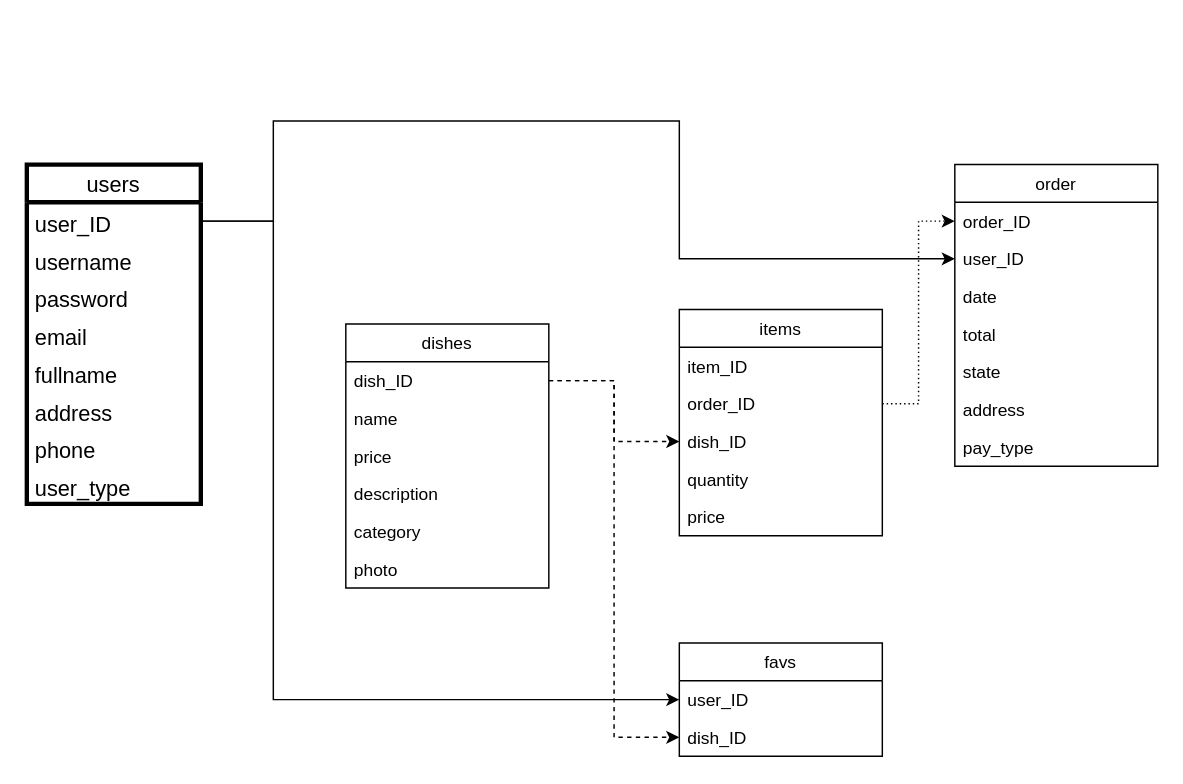
Earlier version of the draw.io diagram docs/database.drawio (nicolaszuleta95/Proyecto3Delilah). Source tidied: cells renumbered, new cells numbered last; positions are measured from the earlier drawing's top-left corner, leaving out a move shared by most shapes. Both pictures are drawn from the tidied source at 145%, with x=0, y=0 at pixel (26, 120).
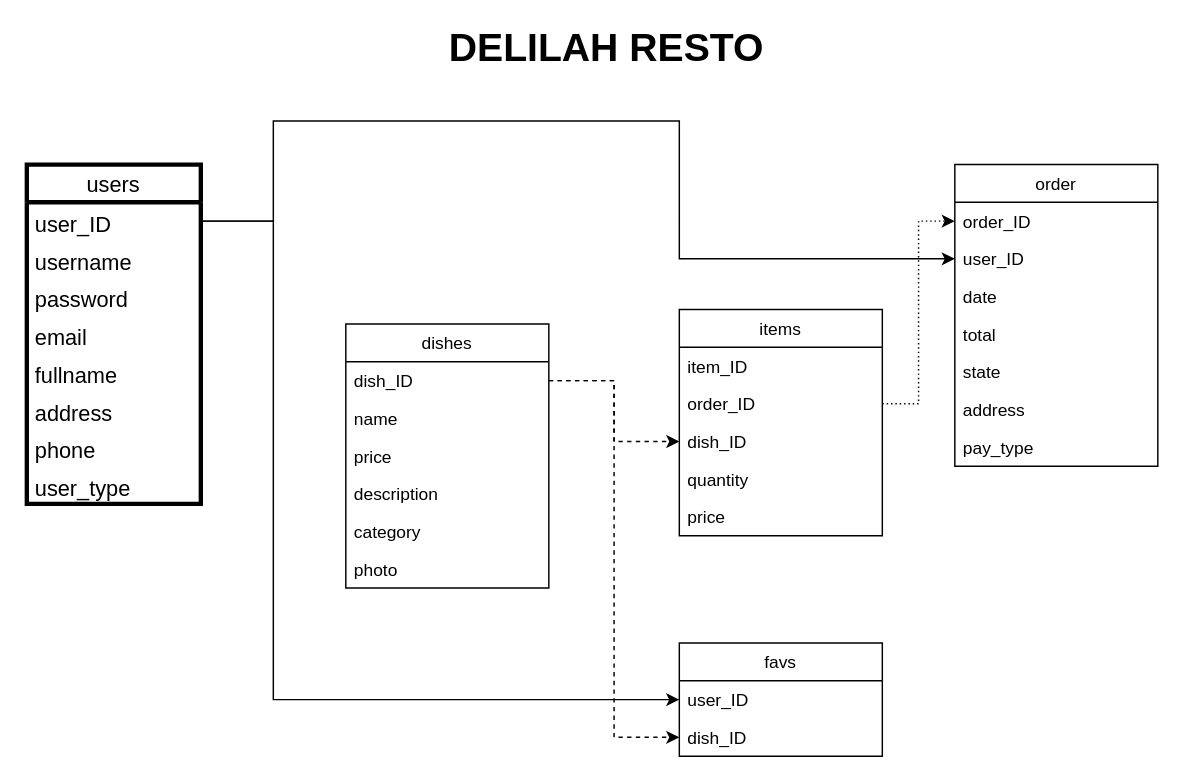
The same page after the edit.

Commit message:
made some changes to the database diagram

The edit, as a diff of the source:
```diff
@@
+    <mxCell id="40" value="&lt;font style=&quot;font-size: 27px&quot;&gt;&lt;b&gt;DELILAH RESTO&lt;/b&gt;&lt;/font&gt;" style="text;html=1;strokeColor=none;fillColor=none;align=center;verticalAlign=middle;whiteSpace=wrap;rounded=0;" parent="1" vertex="1">
+      <mxGeometry x="260" y="-60" width="280" height="20" as="geometry" />
+    </mxCell>
```
